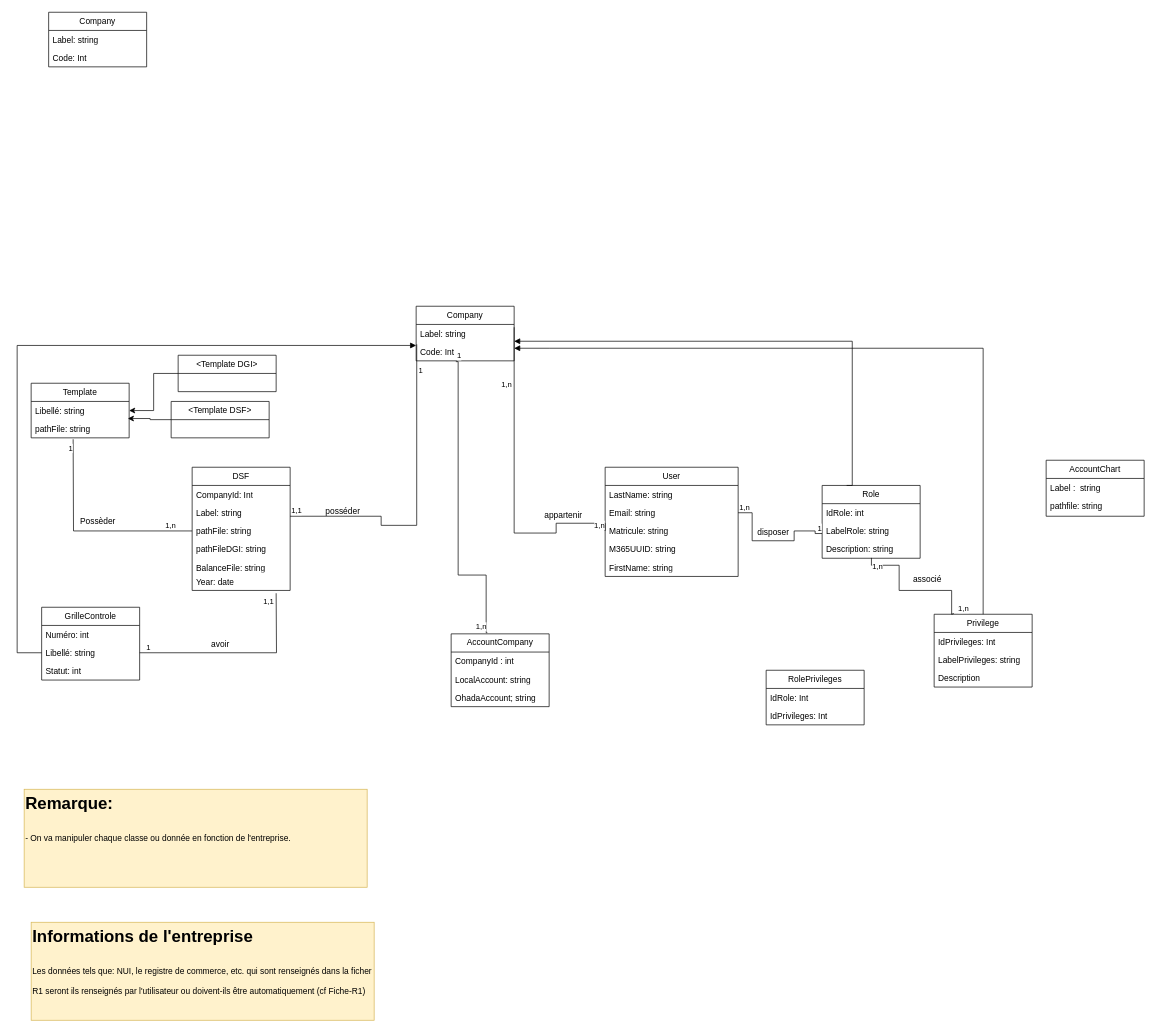
Earlier version of the draw.io diagram page "Copie de Diagramme_classe" (2 of 6) of Conception_DSF.drawio (Michelle-Ngami/Conception_DSF). Source tidied: cells renumbered, new cells numbered last; positions are measured from the earlier drawing's top-left corner, leaving out a move shared by most shapes. Both pictures are drawn from the tidied source at 70%, with x=0, y=0 at pixel (17, 12).
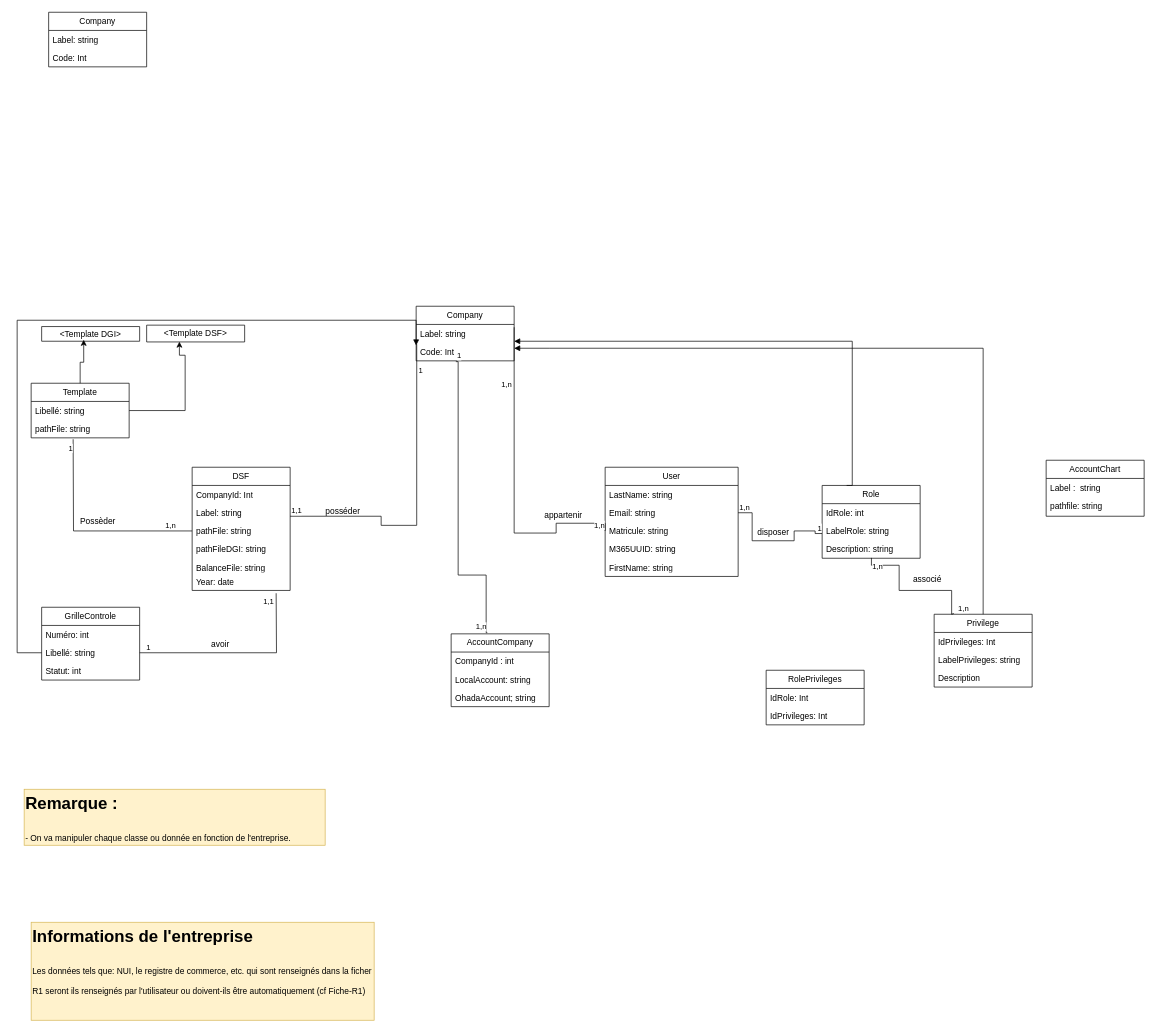
The same diagram, later.

The change refers to these unchanged cells:
```xml
<mxCell id="56" value="Template" style="swimlane;fontStyle=0;horizontal=1;startSize=26;fillColor=none;whiteSpace=wrap;html=1;" parent="1" vertex="1">
  <mxGeometry x="20" y="530" width="140" height="78" as="geometry" />
</mxCell>
<mxCell id="57" value="Libellé: string" style="text;strokeColor=none;fillColor=none;align=left;verticalAlign=top;spacingLeft=4;spacingRight=4;overflow=hidden;points=[[0,0.5],[1,0.5]];portConstraint=eastwest;whiteSpace=wrap;html=1;" parent="56" vertex="1">
  <mxGeometry y="26" width="140" height="26" as="geometry" />
</mxCell>
<mxCell id="58" value="pathFile: string" style="text;strokeColor=none;fillColor=none;align=left;verticalAlign=top;spacingLeft=4;spacingRight=4;overflow=hidden;points=[[0,0.5],[1,0.5]];portConstraint=eastwest;whiteSpace=wrap;html=1;" parent="56" vertex="1">
  <mxGeometry y="52" width="140" height="26" as="geometry" />
</mxCell>
<mxCell id="61" value="Libellé: string" style="text;strokeColor=none;fillColor=none;align=left;verticalAlign=top;spacingLeft=4;spacingRight=4;overflow=hidden;points=[[0,0.5],[1,0.5]];portConstraint=eastwest;whiteSpace=wrap;html=1;" parent="59" vertex="1">
  <mxGeometry y="52" width="140" height="26" as="geometry" />
</mxCell>
```

Change to the diagram source:
```diff
@@
+    <mxCell id="82" style="edgeStyle=orthogonalEdgeStyle;rounded=0;jettySize=auto;html=1;entryX=0.429;entryY=0.901;entryDx=0;entryDy=0;entryPerimeter=0;" parent="1" edge="1" source="56" target="79">
+      <mxGeometry relative="1" as="geometry" />
+    </mxCell>
+    <mxCell id="83" style="edgeStyle=orthogonalEdgeStyle;rounded=0;jettySize=auto;html=1;entryX=0.334;entryY=0.982;entryDx=0;entryDy=0;entryPerimeter=0;" parent="1" edge="1" source="56" target="80">
+      <mxGeometry relative="1" as="geometry">
+        <Array as="points">
+          <mxPoint x="240" y="569" />
+          <mxPoint x="240" y="490" />
+          <mxPoint x="232" y="490" />
+        </Array>
+      </mxGeometry>
+    </mxCell>
@@
     <mxCell id="71" style="endArrow=block;endFill=1;html=1;edgeStyle=orthogonalEdgeStyle;align=left;verticalAlign=top;rounded=0;exitX=0;exitY=0.5;exitDx=0;exitDy=0;" parent="1" edge="1" source="61">
       <mxGeometry x="-1" relative="1" as="geometry">
         <mxPoint x="570" y="476" as="targetPoint" />
         <Array as="points">
           <mxPoint y="915" />
-          <mxPoint y="476" />
+          <mxPoint y="440" />
+          <mxPoint x="570" y="440" />
         </Array>
       </mxGeometry>
     </mxCell>
@@
-    <mxCell id="77" value="&lt;h1 style=&quot;margin-top: 0px;&quot;&gt;&lt;span style=&quot;background-color: transparent; color: light-dark(rgb(0, 0, 0), rgb(255, 255, 255));&quot;&gt;Remarque:&lt;/span&gt;&lt;/h1&gt;&lt;h1 style=&quot;margin-top: 0px;&quot;&gt;&lt;span style=&quot;background-color: transparent; color: light-dark(rgb(0, 0, 0), rgb(255, 255, 255)); font-size: 12px; font-weight: normal;&quot;&gt;- On va manipuler chaque classe ou donnée en fonction de l'entreprise.&amp;nbsp;&amp;nbsp;&lt;/span&gt;&lt;/h1&gt;" style="text;html=1;whiteSpace=wrap;overflow=hidden;rounded=0;fillColor=#fff2cc;strokeColor=#d6b656;" parent="1" vertex="1">
-      <mxGeometry x="10" y="1110" width="490" height="140" as="geometry" />
+    <mxCell id="77" value="&lt;h1 style=&quot;margin-top: 0px;&quot;&gt;Remarque :&lt;/h1&gt;&lt;h1 style=&quot;margin-top: 0px;&quot;&gt;&lt;span style=&quot;background-color: transparent; color: light-dark(rgb(0, 0, 0), rgb(255, 255, 255)); font-size: 12px; font-weight: normal;&quot;&gt;- On va manipuler chaque classe ou donnée en fonction de l'entreprise.&amp;nbsp;&amp;nbsp;&lt;/span&gt;&lt;/h1&gt;" style="text;html=1;whiteSpace=wrap;overflow=hidden;rounded=0;fillColor=#fff2cc;strokeColor=#d6b656;" parent="1" vertex="1">
+      <mxGeometry x="10" y="1110" width="430" height="80" as="geometry" />
     </mxCell>
-    <mxCell id="78" style="edgeStyle=orthogonalEdgeStyle;rounded=0;jettySize=auto;html=1;exitX=0;exitY=0.5;exitDx=0;exitDy=0;entryX=1;entryY=0.5;entryDx=0;entryDy=0;" parent="1" edge="1" source="79" target="57">
-      <mxGeometry relative="1" as="geometry" />
-    </mxCell>
     <mxCell id="79" value="&amp;lt;Template DGI&amp;gt;" style="swimlane;fontStyle=0;horizontal=1;startSize=26;fillColor=none;whiteSpace=wrap;html=1;" parent="1" vertex="1">
-      <mxGeometry x="230" y="490" width="140" height="52" as="geometry" />
+      <mxGeometry x="35" y="449" width="140" height="21" as="geometry" />
     </mxCell>
     <mxCell id="80" value="&amp;lt;Template DSF&amp;gt;" style="swimlane;fontStyle=0;horizontal=1;startSize=26;fillColor=none;whiteSpace=wrap;html=1;" parent="1" vertex="1">
-      <mxGeometry x="220" y="556" width="140" height="52" as="geometry" />
+      <mxGeometry x="185" y="447" width="140" height="24" as="geometry" />
     </mxCell>
-    <mxCell id="81" style="edgeStyle=orthogonalEdgeStyle;rounded=0;jettySize=auto;html=1;exitX=0;exitY=0.5;exitDx=0;exitDy=0;entryX=0.987;entryY=-0.061;entryDx=0;entryDy=0;entryPerimeter=0;" parent="1" edge="1" source="80" target="58">
-      <mxGeometry relative="1" as="geometry" />
-    </mxCell>
```
